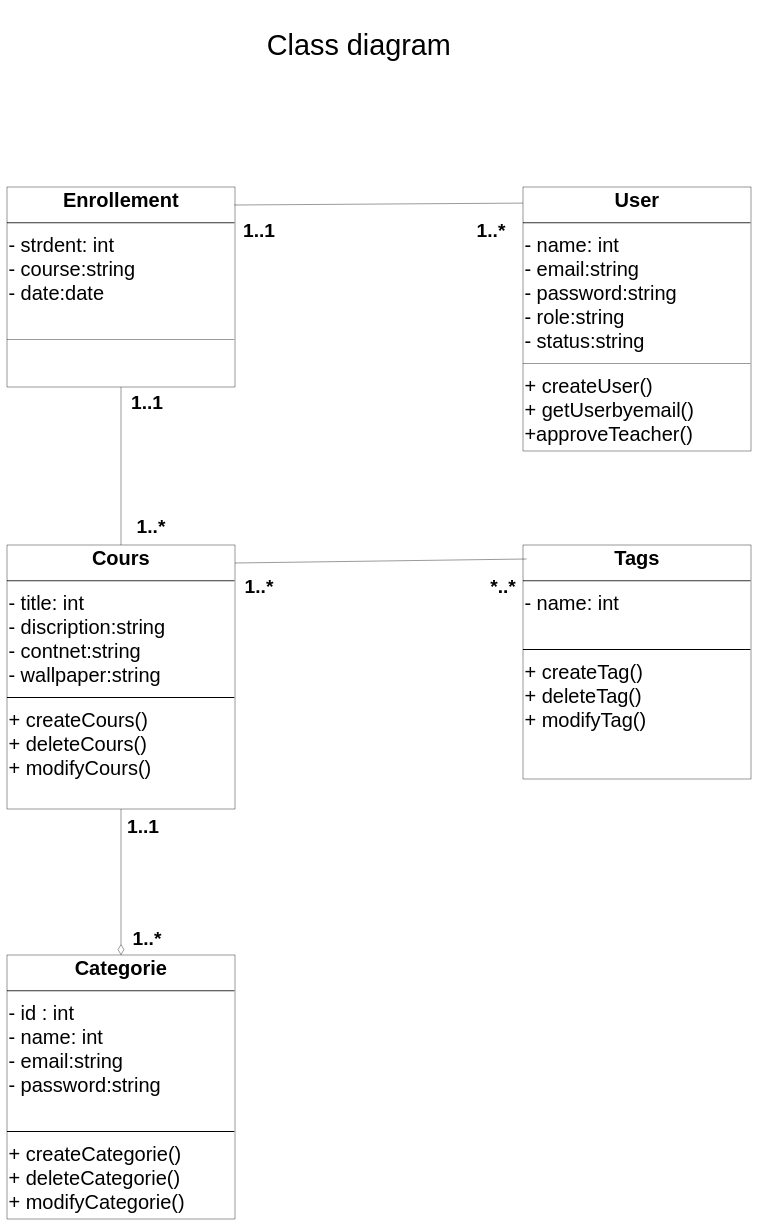
Before: page "Page-2" (2 of 2) of Conception UML Use Case Diagram.drawio in hamza-saaf/Youdemy_Brief_11, a draw.io diagram. Source tidied: cells renumbered, new cells numbered last; positions are measured from the earlier drawing's top-left corner, leaving out a move shared by most shapes. Both pictures are drawn from the tidied source at 40%, with x=0, y=0 at pixel (7, 7).
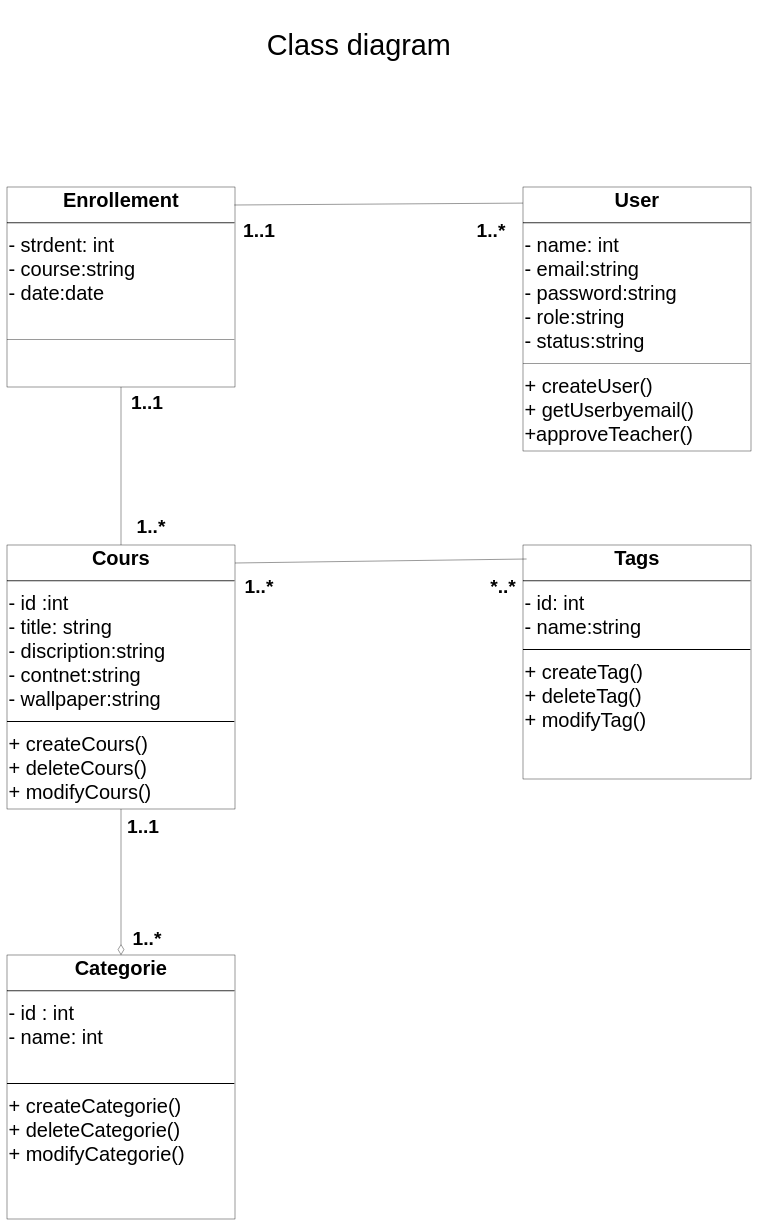
The same diagram, later.

Commit message:
Update Conception UML .drawio

Diff of the diagram source:
```diff
@@
-    <mxCell id="4" value="&lt;p style=&quot;margin:0px;margin-top:4px;text-align:center;&quot;&gt;&lt;b&gt;Cours&lt;/b&gt;&lt;/p&gt;&lt;hr style=&quot;border-style:solid;&quot;&gt;&lt;p style=&quot;margin:0px;margin-left:4px;&quot;&gt;- title: int&lt;/p&gt;&lt;p style=&quot;margin:0px;margin-left:4px;&quot;&gt;- discription:string&lt;/p&gt;&lt;p style=&quot;margin:0px;margin-left:4px;&quot;&gt;- contnet:string&lt;/p&gt;&lt;p style=&quot;margin:0px;margin-left:4px;&quot;&gt;- wallpaper:string&lt;/p&gt;&lt;hr style=&quot;border-style:solid;&quot;&gt;&lt;p style=&quot;margin:0px;margin-left:4px;&quot;&gt;+ createCours()&lt;/p&gt;&lt;p style=&quot;margin:0px;margin-left:4px;&quot;&gt;+ deleteCours()&lt;/p&gt;&lt;p style=&quot;margin:0px;margin-left:4px;&quot;&gt;+ modifyCours()&lt;/p&gt;&lt;p style=&quot;margin:0px;margin-left:4px;&quot;&gt;&lt;br&gt;&lt;/p&gt;&lt;p style=&quot;margin:0px;margin-left:4px;&quot;&gt;&lt;br&gt;&lt;/p&gt;" style="verticalAlign=top;align=left;overflow=fill;html=1;whiteSpace=wrap;fontSize=50;" parent="1" vertex="1">
+    <mxCell id="4" value="&lt;p style=&quot;margin:0px;margin-top:4px;text-align:center;&quot;&gt;&lt;b&gt;Cours&lt;/b&gt;&lt;/p&gt;&lt;hr style=&quot;border-style:solid;&quot;&gt;&lt;p style=&quot;margin:0px;margin-left:4px;&quot;&gt;- id :int&amp;nbsp;&lt;/p&gt;&lt;p style=&quot;margin:0px;margin-left:4px;&quot;&gt;- title:&amp;nbsp;&lt;span style=&quot;background-color: transparent; color: light-dark(rgb(0, 0, 0), rgb(255, 255, 255));&quot;&gt;string&lt;/span&gt;&lt;/p&gt;&lt;p style=&quot;margin:0px;margin-left:4px;&quot;&gt;- discription:string&lt;/p&gt;&lt;p style=&quot;margin:0px;margin-left:4px;&quot;&gt;- contnet:string&lt;/p&gt;&lt;p style=&quot;margin:0px;margin-left:4px;&quot;&gt;- wallpaper:string&lt;/p&gt;&lt;hr style=&quot;border-style:solid;&quot;&gt;&lt;p style=&quot;margin:0px;margin-left:4px;&quot;&gt;+ createCours()&lt;/p&gt;&lt;p style=&quot;margin:0px;margin-left:4px;&quot;&gt;+ deleteCours()&lt;/p&gt;&lt;p style=&quot;margin:0px;margin-left:4px;&quot;&gt;+ modifyCours()&lt;/p&gt;&lt;p style=&quot;margin:0px;margin-left:4px;&quot;&gt;&lt;br&gt;&lt;/p&gt;&lt;p style=&quot;margin:0px;margin-left:4px;&quot;&gt;&lt;br&gt;&lt;/p&gt;" style="verticalAlign=top;align=left;overflow=fill;html=1;whiteSpace=wrap;fontSize=50;" parent="1" vertex="1">
       <mxGeometry y="1345" width="570" height="660" as="geometry" />
     </mxCell>
-    <mxCell id="5" value="&lt;p style=&quot;margin:0px;margin-top:4px;text-align:center;&quot;&gt;&lt;b&gt;Tags&lt;/b&gt;&lt;/p&gt;&lt;hr style=&quot;border-style:solid;&quot;&gt;&lt;p style=&quot;margin:0px;margin-left:4px;&quot;&gt;- name: int&lt;/p&gt;&lt;p style=&quot;margin:0px;margin-left:4px;&quot;&gt;&lt;br&gt;&lt;/p&gt;&lt;hr style=&quot;border-style:solid;&quot;&gt;&lt;p style=&quot;margin:0px;margin-left:4px;&quot;&gt;+ createTag()&lt;/p&gt;&lt;p style=&quot;margin:0px;margin-left:4px;&quot;&gt;+ deleteTag()&lt;/p&gt;&lt;p style=&quot;margin:0px;margin-left:4px;&quot;&gt;+ modifyTag()&lt;/p&gt;&lt;p style=&quot;margin:0px;margin-left:4px;&quot;&gt;&lt;br&gt;&lt;/p&gt;&lt;p style=&quot;margin:0px;margin-left:4px;&quot;&gt;&lt;br&gt;&lt;/p&gt;" style="verticalAlign=top;align=left;overflow=fill;html=1;whiteSpace=wrap;fontSize=50;" parent="1" vertex="1">
+    <mxCell id="5" value="&lt;p style=&quot;margin:0px;margin-top:4px;text-align:center;&quot;&gt;&lt;b&gt;Tags&lt;/b&gt;&lt;/p&gt;&lt;hr style=&quot;border-style:solid;&quot;&gt;&lt;p style=&quot;margin:0px;margin-left:4px;&quot;&gt;- id: int&lt;/p&gt;&lt;p style=&quot;margin:0px;margin-left:4px;&quot;&gt;- name:string&lt;/p&gt;&lt;hr style=&quot;border-style:solid;&quot;&gt;&lt;p style=&quot;margin:0px;margin-left:4px;&quot;&gt;+ createTag()&lt;/p&gt;&lt;p style=&quot;margin:0px;margin-left:4px;&quot;&gt;+ deleteTag()&lt;/p&gt;&lt;p style=&quot;margin:0px;margin-left:4px;&quot;&gt;+ modifyTag()&lt;/p&gt;&lt;p style=&quot;margin:0px;margin-left:4px;&quot;&gt;&lt;br&gt;&lt;/p&gt;&lt;p style=&quot;margin:0px;margin-left:4px;&quot;&gt;&lt;br&gt;&lt;/p&gt;" style="verticalAlign=top;align=left;overflow=fill;html=1;whiteSpace=wrap;fontSize=50;" parent="1" vertex="1">
       <mxGeometry x="1290" y="1345" width="570" height="585" as="geometry" />
     </mxCell>
-    <mxCell id="6" value="&lt;p style=&quot;margin:0px;margin-top:4px;text-align:center;&quot;&gt;&lt;b&gt;Categorie&lt;/b&gt;&lt;/p&gt;&lt;hr style=&quot;border-style:solid;&quot;&gt;&lt;p style=&quot;margin:0px;margin-left:4px;&quot;&gt;- id : int&amp;nbsp;&lt;/p&gt;&lt;p style=&quot;margin:0px;margin-left:4px;&quot;&gt;- name: int&lt;/p&gt;&lt;p style=&quot;margin:0px;margin-left:4px;&quot;&gt;- email:string&lt;/p&gt;&lt;p style=&quot;margin:0px;margin-left:4px;&quot;&gt;- password:string&lt;/p&gt;&lt;p style=&quot;margin:0px;margin-left:4px;&quot;&gt;&lt;br&gt;&lt;/p&gt;&lt;hr style=&quot;border-style:solid;&quot;&gt;&lt;p style=&quot;margin:0px;margin-left:4px;&quot;&gt;+ createCategorie()&lt;/p&gt;&lt;p style=&quot;margin: 0px 0px 0px 4px;&quot;&gt;+ deleteCategorie()&lt;/p&gt;&lt;p style=&quot;margin: 0px 0px 0px 4px;&quot;&gt;+ modifyCategorie()&lt;/p&gt;" style="verticalAlign=top;align=left;overflow=fill;html=1;whiteSpace=wrap;fontSize=50;" parent="1" vertex="1">
+    <mxCell id="6" value="&lt;p style=&quot;margin:0px;margin-top:4px;text-align:center;&quot;&gt;&lt;b&gt;Categorie&lt;/b&gt;&lt;/p&gt;&lt;hr style=&quot;border-style:solid;&quot;&gt;&lt;p style=&quot;margin:0px;margin-left:4px;&quot;&gt;- id : int&amp;nbsp;&lt;/p&gt;&lt;p style=&quot;margin:0px;margin-left:4px;&quot;&gt;- name: int&lt;/p&gt;&lt;p style=&quot;margin:0px;margin-left:4px;&quot;&gt;&lt;br&gt;&lt;/p&gt;&lt;hr style=&quot;border-style:solid;&quot;&gt;&lt;p style=&quot;margin:0px;margin-left:4px;&quot;&gt;+ createCategorie()&lt;/p&gt;&lt;p style=&quot;margin: 0px 0px 0px 4px;&quot;&gt;+ deleteCategorie()&lt;/p&gt;&lt;p style=&quot;margin: 0px 0px 0px 4px;&quot;&gt;+ modifyCategorie()&lt;/p&gt;" style="verticalAlign=top;align=left;overflow=fill;html=1;whiteSpace=wrap;fontSize=50;" parent="1" vertex="1">
       <mxGeometry y="2370" width="570" height="660" as="geometry" />
     </mxCell>
```
